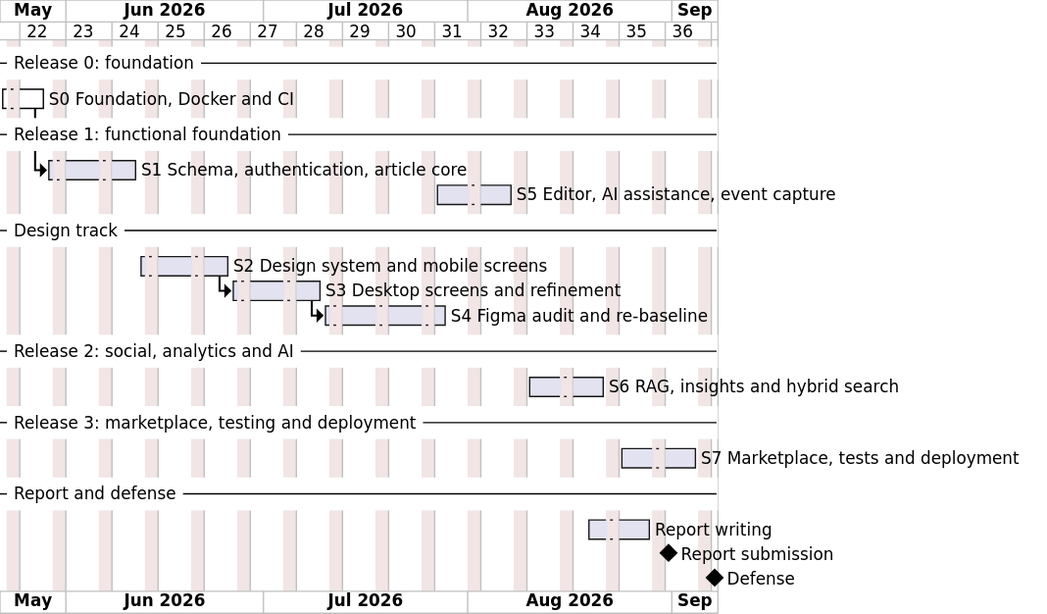
Above: diagrams/fig-2-4-gantt/fig-2-4-gantt.svg in inkwell-dev/spec.inkwell.ai (PlantUML), before the change. The source it was exported from:
```plantuml
@startgantt
!include ../_style.puml
projectscale weekly
Project starts 2026-05-22
saturday are closed
sunday are closed

-- Release 0: foundation --
[S0 Foundation, Docker and CI] lasts 5 days
[S0 Foundation, Docker and CI] is colored in White/Black

-- Release 1: functional foundation --
[S1 Schema, authentication, article core] lasts 10 days
[S1 Schema, authentication, article core] starts at [S0 Foundation, Docker and CI]'s end
[S5 Editor, AI assistance, event capture] lasts 10 days
[S5 Editor, AI assistance, event capture] starts 2026-07-27

-- Design track --
[S2 Design system and mobile screens] lasts 10 days
[S2 Design system and mobile screens] starts 2026-06-12
[S3 Desktop screens and refinement] lasts 10 days
[S3 Desktop screens and refinement] starts at [S2 Design system and mobile screens]'s end
[S4 Figma audit and re-baseline] lasts 13 days
[S4 Figma audit and re-baseline] starts at [S3 Desktop screens and refinement]'s end

-- Release 2: social, analytics and AI --
[S6 RAG, insights and hybrid search] lasts 10 days
[S6 RAG, insights and hybrid search] starts 2026-08-10

-- Release 3: marketplace, testing and deployment --
[S7 Marketplace, tests and deployment] lasts 10 days
[S7 Marketplace, tests and deployment] starts 2026-08-24

-- Report and defense --
[Report writing] lasts 8 days
[Report writing] starts 2026-08-19
[Report submission] happens at 2026-08-31
[Defense] happens at 2026-09-07

@endgantt
```
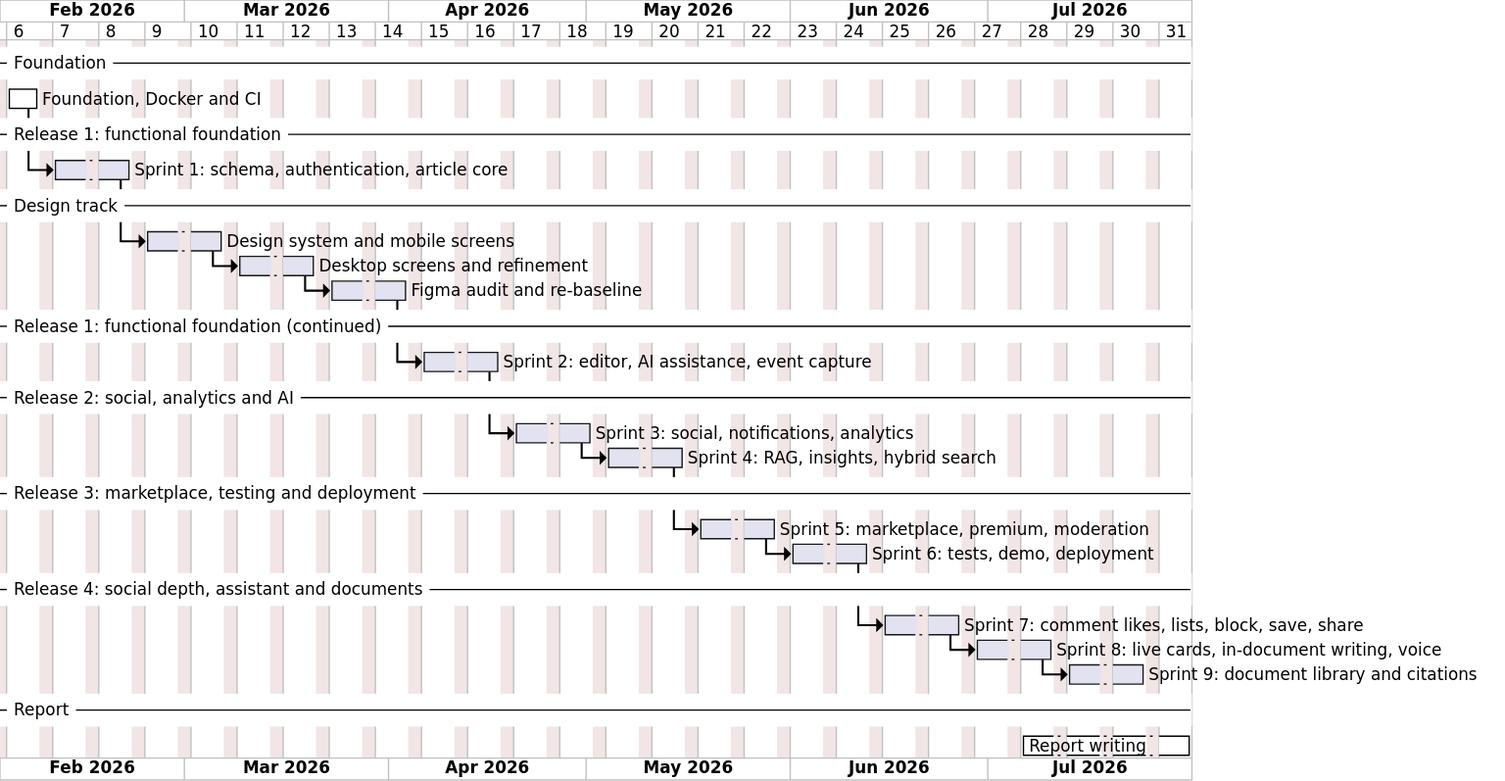
The same diagram one commit later.

Commit message:
docs(diagrams): redraw fig-2-4 on the February-to-July window, with all nine sprints

What changed in the source:
```diff
@@ -1,40 +1,54 @@
 @startgantt
 !include ../_style.puml
 projectscale weekly
-Project starts 2026-05-22
+Project starts 2026-02-01
 saturday are closed
 sunday are closed
 
--- Release 0: foundation --
-[S0 Foundation, Docker and CI] lasts 5 days
-[S0 Foundation, Docker and CI] is colored in White/Black
+-- Foundation --
+[Foundation, Docker and CI] starts 2026-02-02
+[Foundation, Docker and CI] lasts 5 days
+[Foundation, Docker and CI] is colored in White/Black
 
 -- Release 1: functional foundation --
-[S1 Schema, authentication, article core] lasts 10 days
-[S1 Schema, authentication, article core] starts at [S0 Foundation, Docker and CI]'s end
-[S5 Editor, AI assistance, event capture] lasts 10 days
-[S5 Editor, AI assistance, event capture] starts 2026-07-27
+[Sprint 1: schema, authentication, article core] starts at [Foundation, Docker and CI]'s end
+[Sprint 1: schema, authentication, article core] lasts 10 days
 
 -- Design track --
-[S2 Design system and mobile screens] lasts 10 days
-[S2 Design system and mobile screens] starts 2026-06-12
-[S3 Desktop screens and refinement] lasts 10 days
-[S3 Desktop screens and refinement] starts at [S2 Design system and mobile screens]'s end
-[S4 Figma audit and re-baseline] lasts 13 days
-[S4 Figma audit and re-baseline] starts at [S3 Desktop screens and refinement]'s end
+[Design system and mobile screens] starts at [Sprint 1: schema, authentication, article core]'s end
+[Design system and mobile screens] lasts 10 days
+[Desktop screens and refinement] starts at [Design system and mobile screens]'s end
+[Desktop screens and refinement] lasts 10 days
+[Figma audit and re-baseline] starts at [Desktop screens and refinement]'s end
+[Figma audit and re-baseline] lasts 10 days
+
+-- Release 1: functional foundation (continued) --
+[Sprint 2: editor, AI assistance, event capture] starts at [Figma audit and re-baseline]'s end
+[Sprint 2: editor, AI assistance, event capture] lasts 10 days
 
 -- Release 2: social, analytics and AI --
-[S6 RAG, insights and hybrid search] lasts 10 days
-[S6 RAG, insights and hybrid search] starts 2026-08-10
+[Sprint 3: social, notifications, analytics] starts at [Sprint 2: editor, AI assistance, event capture]'s end
+[Sprint 3: social, notifications, analytics] lasts 10 days
+[Sprint 4: RAG, insights, hybrid search] starts at [Sprint 3: social, notifications, analytics]'s end
+[Sprint 4: RAG, insights, hybrid search] lasts 10 days
 
 -- Release 3: marketplace, testing and deployment --
-[S7 Marketplace, tests and deployment] lasts 10 days
-[S7 Marketplace, tests and deployment] starts 2026-08-24
+[Sprint 5: marketplace, premium, moderation] starts at [Sprint 4: RAG, insights, hybrid search]'s end
+[Sprint 5: marketplace, premium, moderation] lasts 10 days
+[Sprint 6: tests, demo, deployment] starts at [Sprint 5: marketplace, premium, moderation]'s end
+[Sprint 6: tests, demo, deployment] lasts 10 days
 
--- Report and defense --
-[Report writing] lasts 8 days
-[Report writing] starts 2026-08-19
-[Report submission] happens at 2026-08-31
-[Defense] happens at 2026-09-07
+-- Release 4: social depth, assistant and documents --
+[Sprint 7: comment likes, lists, block, save, share] starts at [Sprint 6: tests, demo, deployment]'s end
+[Sprint 7: comment likes, lists, block, save, share] lasts 10 days
+[Sprint 8: live cards, in-document writing, voice] starts at [Sprint 7: comment likes, lists, block, save, share]'s end
+[Sprint 8: live cards, in-document writing, voice] lasts 10 days
+[Sprint 9: document library and citations] starts at [Sprint 8: live cards, in-document writing, voice]'s end
+[Sprint 9: document library and citations] lasts 10 days
+
+-- Report --
+[Report writing] starts 2026-07-06
+[Report writing] lasts 20 days
+[Report writing] is colored in White/Black
 
 @endgantt
```
